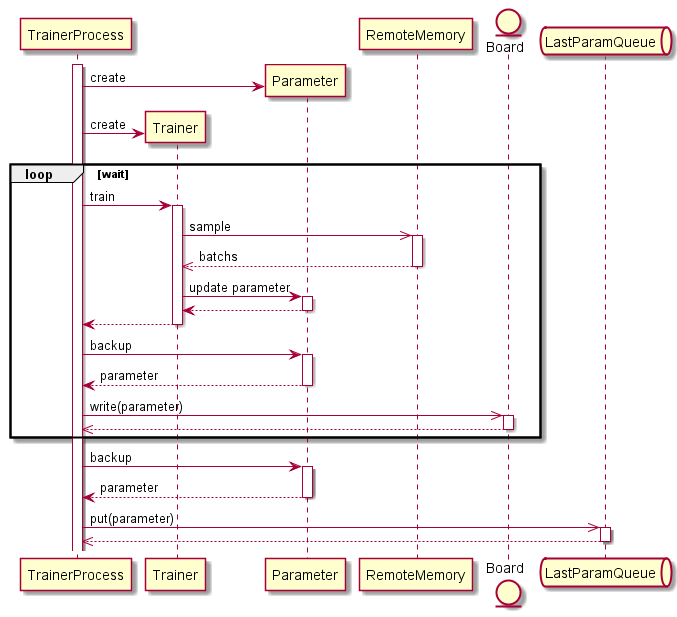
This is diagrams/runner_mp_flow_trainer.png from pocokhc/simple_distributed_rl, a PlantUML export, as it was before one commit.
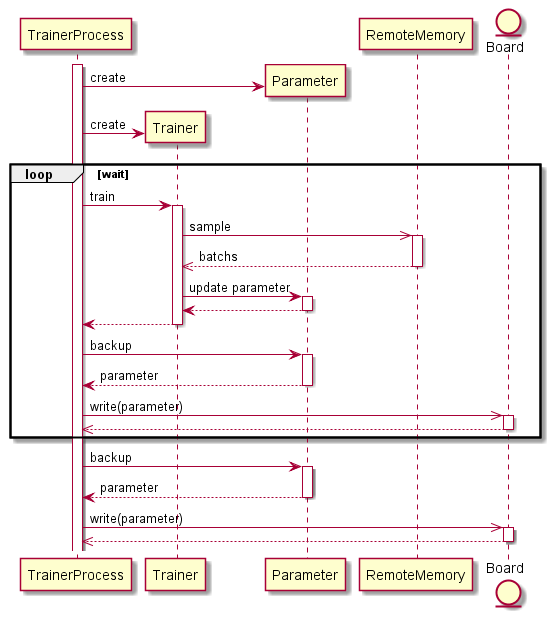
The same diagram one commit later.

The edit, as a diff of the source:
```diff
@@ -6,7 +6,6 @@
 participant Parameter
 participant RemoteMemory
 entity Board
-queue LastParamQueue
 
 
 activate TrainerProcess
@@ -31,7 +30,8 @@
 
 TrainerProcess -> Parameter: backup
 return parameter
-TrainerProcess ->> LastParamQueue: put(parameter)
+TrainerProcess ->> Board: write(parameter)
 return
 
+
 @enduml
```
